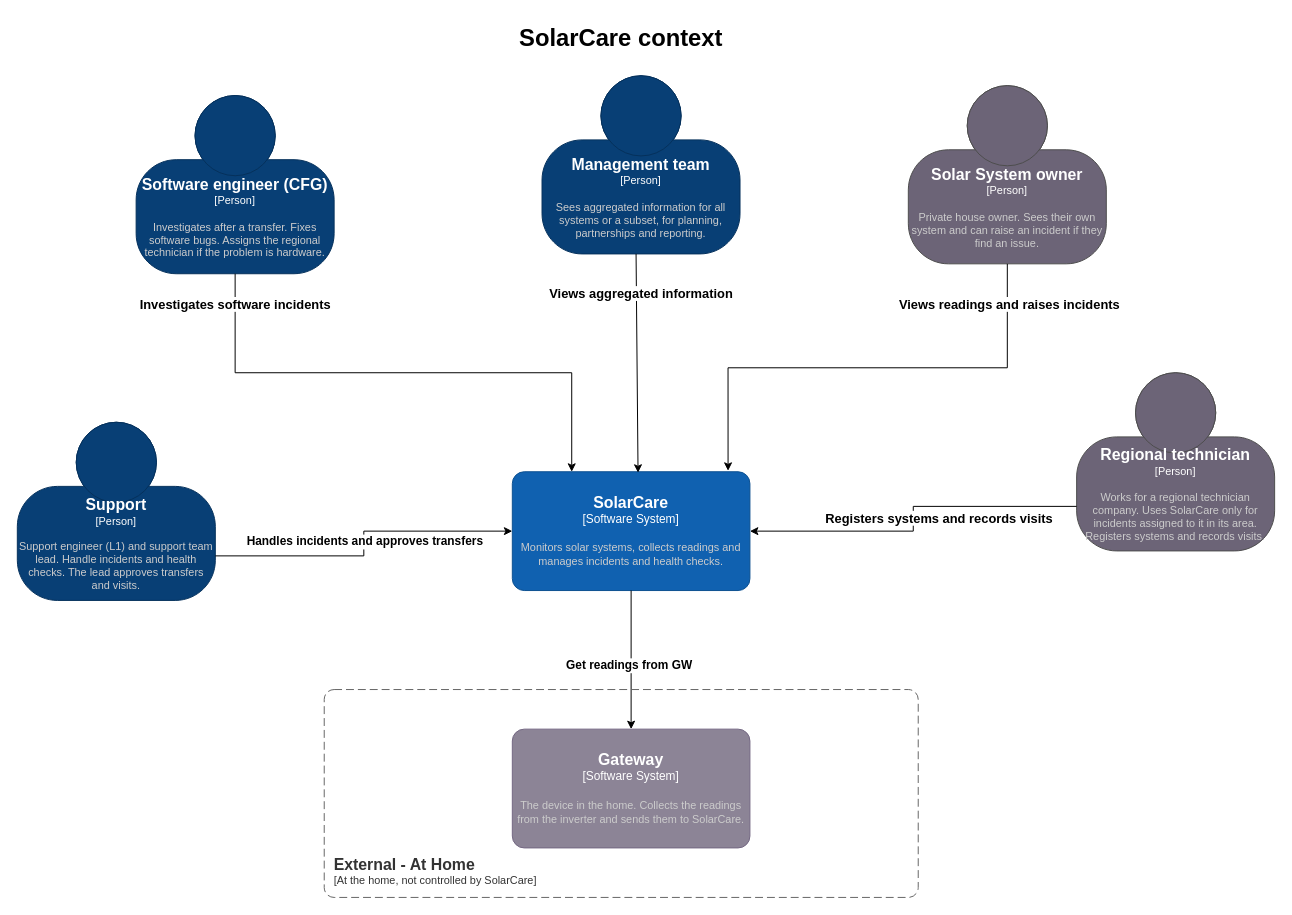
Earlier version of the draw.io diagram diagrams/c4/SolarCareContextC4.drawio (SolarCare-school-project/SolarCare). Source tidied: cells renumbered, new cells numbered last; positions are measured from the earlier drawing's top-left corner, leaving out a move shared by most shapes. Both pictures are drawn from the tidied source at 99%, with x=0, y=0 at pixel (17, 17).
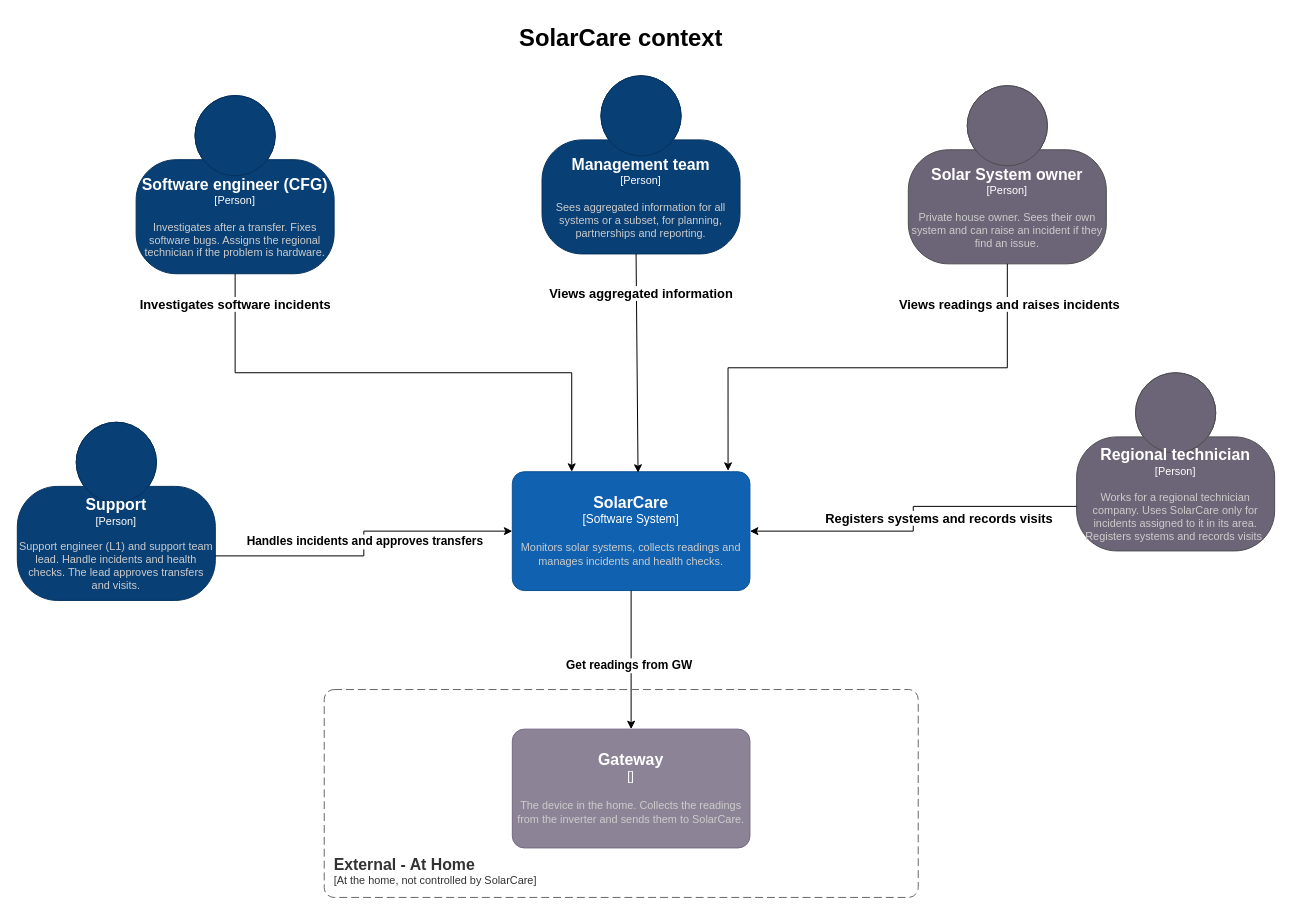
After the change.

Commit message (it also covers changes not shown here):
Add C4 container diagram, update context diagram, link to README

Diff of the diagram source:
```diff
@@
-    <object id="18" label="&lt;font style=&quot;font-size: 16px&quot;&gt;&lt;b&gt;%c4Name%&lt;/b&gt;&lt;/font&gt;&lt;div&gt;[%c4Type%]&lt;/div&gt;&lt;br&gt;&lt;div&gt;&lt;font style=&quot;font-size: 11px&quot;&gt;&lt;font color=&quot;#cccccc&quot;&gt;%c4Description%&lt;/font&gt;&lt;/div&gt;" c4Description="The device in the home. Collects the readings from the inverter and sends them to SolarCare." c4Name="Gateway" c4Type="Software System" placeholders="1">
+    <object id="18" label="&lt;font style=&quot;font-size: 16px&quot;&gt;&lt;b&gt;%c4Name%&lt;/b&gt;&lt;/font&gt;&lt;div&gt;[%c4Type%]&lt;/div&gt;&lt;br&gt;&lt;div&gt;&lt;font style=&quot;font-size: 11px&quot;&gt;&lt;font color=&quot;#cccccc&quot;&gt;%c4Description%&lt;/font&gt;&lt;/div&gt;" c4Description="The device in the home. Collects the readings from the inverter and sends them to SolarCare." c4Name="Gateway" c4Type="" placeholders="1">
       <mxCell style="rounded=1;whiteSpace=wrap;html=1;labelBackgroundColor=none;fillColor=#8C8496;fontColor=#ffffff;align=center;arcSize=10;strokeColor=#736782;points=[[0.25,0,0],[0.5,0,0],[0.75,0,0],[1,0.25,0],[1,0.5,0],[1,0.75,0],[0.75,1,0],[0.5,1,0],[0.25,1,0],[0,0.75,0],[0,0.5,0],[0,0.25,0]];" parent="1" vertex="1">
         <mxGeometry x="500" y="719" width="240" height="120" as="geometry" />
       </mxCell>
     </object>
```
